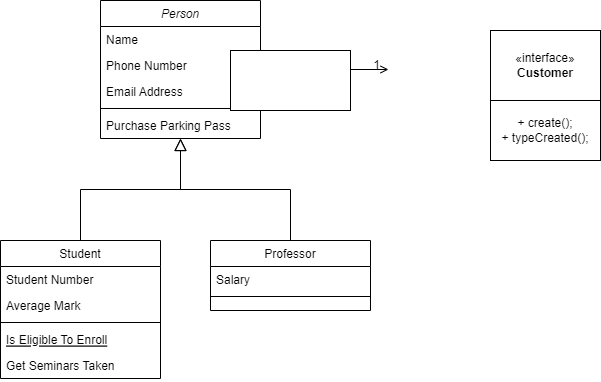
The draw.io diagram Assign3Part3 Diagram.drawio.png in jimmyjazz31/CS665Assign3, before a commit. Source tidied: cells renumbered, new cells last; positions are measured from the earlier drawing's top-left corner, leaving out a move shared by most shapes.
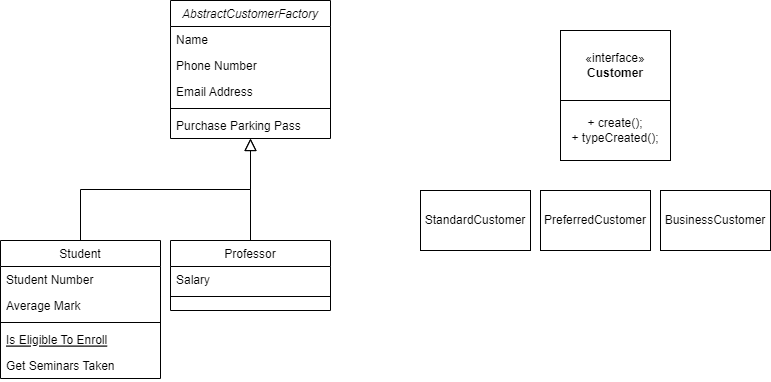
After the change.

The edit, as a diff of the source:
```diff
@@ -2,7 +2,7 @@
   <root>
     <mxCell id="0" />
     <mxCell id="1" parent="0" />
-    <mxCell id="2" value="Person" style="swimlane;fontStyle=2;align=center;verticalAlign=top;horizontal=1;startSize=26;rounded=0;shadow=0;strokeWidth=1;" parent="1" vertex="1">
+    <mxCell id="2" value="AbstractCustomerFactory" style="swimlane;fontStyle=2;align=center;verticalAlign=top;horizontal=1;startSize=26;rounded=0;shadow=0;strokeWidth=1;" parent="1" vertex="1">
       <mxGeometry x="100" width="160" height="138" as="geometry" />
     </mxCell>
     <mxCell id="3" value="Name" style="text;align=left;verticalAlign=top;spacingLeft=4;spacingRight=4;overflow=hidden;" parent="2" vertex="1">
@@ -21,7 +21,7 @@
       <mxGeometry y="112" width="160" height="26" as="geometry" />
     </mxCell>
     <mxCell id="8" value="Student" style="swimlane;fontStyle=0;align=center;verticalAlign=top;horizontal=1;startSize=26;rounded=0;shadow=0;strokeWidth=1;" parent="1" vertex="1">
-      <mxGeometry y="240" width="160" height="138" as="geometry" />
+      <mxGeometry x="-70" y="240" width="160" height="138" as="geometry" />
     </mxCell>
     <mxCell id="9" value="Student Number" style="text;align=left;verticalAlign=top;spacingLeft=4;spacingRight=4;overflow=hidden;" parent="8" vertex="1">
       <mxGeometry y="26" width="160" height="26" as="geometry" />
@@ -42,7 +42,7 @@
       <mxGeometry relative="1" as="geometry" />
     </mxCell>
     <mxCell id="15" value="Professor" style="swimlane;fontStyle=0;align=center;verticalAlign=top;horizontal=1;startSize=26;rounded=0;shadow=0;strokeWidth=1;" parent="1" vertex="1">
-      <mxGeometry x="210" y="240" width="160" height="70" as="geometry" />
+      <mxGeometry x="100" y="240" width="160" height="70" as="geometry" />
     </mxCell>
     <mxCell id="16" value="Salary" style="text;align=left;verticalAlign=top;spacingLeft=4;spacingRight=4;overflow=hidden;" parent="15" vertex="1">
       <mxGeometry y="26" width="160" height="26" as="geometry" />
@@ -53,35 +53,20 @@
     <mxCell id="18" style="endArrow=block;endSize=10;endFill=0;shadow=0;strokeWidth=1;rounded=0;curved=0;edgeStyle=elbowEdgeStyle;elbow=vertical;" parent="1" edge="1" source="15" target="2">
       <mxGeometry relative="1" as="geometry" />
     </mxCell>
-    <mxCell id="19" style="endArrow=open;shadow=0;strokeWidth=1;rounded=0;curved=0;endFill=1;edgeStyle=elbowEdgeStyle;elbow=vertical;" parent="1" edge="1" source="2">
-      <mxGeometry x="0.5" y="41" relative="1" as="geometry">
-        <mxPoint x="388" y="69" as="targetPoint" />
-        <mxPoint x="-40" y="32" as="offset" />
-      </mxGeometry>
-    </mxCell>
-    <mxCell id="20" value="0..1" style="align=left;verticalAlign=bottom;labelBackgroundColor=none;fontSize=12;" parent="19" vertex="1">
-      <mxGeometry x="-1" relative="1" as="geometry">
-        <mxPoint y="4" as="offset" />
-      </mxGeometry>
-    </mxCell>
-    <mxCell id="21" value="1" style="align=right;verticalAlign=bottom;labelBackgroundColor=none;fontSize=12;" parent="19" vertex="1">
-      <mxGeometry x="1" relative="1" as="geometry">
-        <mxPoint x="-7" y="4" as="offset" />
-      </mxGeometry>
-    </mxCell>
-    <mxCell id="22" value="lives at" style="text;html=1;align=center;verticalAlign=middle;labelBackgroundColor=none;rounded=0;shadow=0;strokeWidth=1;fontSize=12;" parent="19" vertex="1">
-      <mxGeometry x="0.5" y="49" relative="1" as="geometry">
-        <mxPoint x="-38" y="40" as="offset" />
-      </mxGeometry>
-    </mxCell>
     <mxCell id="23" value="«interface»&lt;br&gt;&lt;b&gt;Customer&lt;/b&gt;" style="html=1;whiteSpace=wrap;" parent="1" vertex="1">
       <mxGeometry x="490" y="30" width="110" height="70" as="geometry" />
     </mxCell>
-    <mxCell id="24" style="rounded=0;whiteSpace=wrap;html=1;" parent="1" vertex="1">
-      <mxGeometry x="230" y="50" width="120" height="60" as="geometry" />
+    <mxCell id="24" value="PreferredCustomer" style="rounded=0;whiteSpace=wrap;html=1;" parent="1" vertex="1">
+      <mxGeometry x="470" y="190" width="110" height="60" as="geometry" />
     </mxCell>
     <mxCell id="25" value="+ create();&lt;div&gt;+ typeCreated();&lt;/div&gt;" style="rounded=0;whiteSpace=wrap;html=1;" parent="1" vertex="1">
       <mxGeometry x="490" y="100" width="110" height="60" as="geometry" />
     </mxCell>
+    <mxCell id="26" value="BusinessCustomer" style="rounded=0;whiteSpace=wrap;html=1;" parent="1" vertex="1">
+      <mxGeometry x="590" y="190" width="110" height="60" as="geometry" />
+    </mxCell>
+    <mxCell id="27" value="StandardCustomer&lt;span style=&quot;white-space: pre;&quot;&gt;&#9;&lt;/span&gt;" style="rounded=0;whiteSpace=wrap;html=1;" parent="1" vertex="1">
+      <mxGeometry x="350" y="190" width="110" height="60" as="geometry" />
+    </mxCell>
   </root>
 </mxGraphModel>
```
